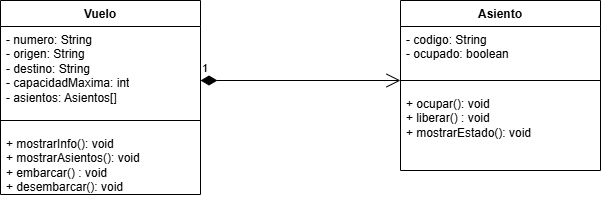
Earlier version of the draw.io export src/Diagrama Composicion.drawio.png (Nohemy-nz/TallerComposicion). Source tidied: cells renumbered, new cells last; positions are measured from the earlier drawing's top-left corner, leaving out a move shared by most shapes.
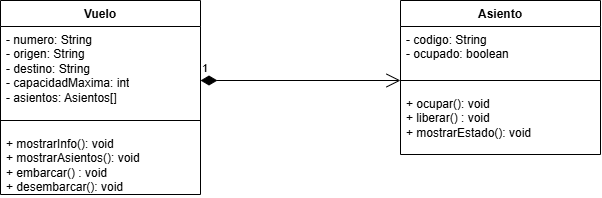
After the commit.

Change to the diagram source:
```diff
@@ -1,4 +1,4 @@
-<mxGraphModel>
+<mxGraphModel background="light-dark(#ffffff, #121212)">
   <root>
     <mxCell id="0" />
     <mxCell id="1" parent="0" />
@@ -15,7 +15,7 @@
       <mxGeometry y="130" width="200" height="64" as="geometry" />
     </mxCell>
     <mxCell id="6" value="Asiento" style="swimlane;fontStyle=1;align=center;verticalAlign=top;horizontal=1;startSize=26;whiteSpace=wrap;html=1;" parent="1" vertex="1">
-      <mxGeometry x="400" width="200" height="170" as="geometry" />
+      <mxGeometry x="400" width="200" height="154" as="geometry" />
     </mxCell>
     <mxCell id="7" value="- codigo: String&lt;div&gt;- ocupado: boolean&lt;/div&gt;&lt;div&gt;&lt;div&gt;&lt;br&gt;&lt;/div&gt;&lt;/div&gt;" style="text;strokeColor=none;fillColor=none;align=left;verticalAlign=top;spacingLeft=4;spacingRight=4;overflow=hidden;whiteSpace=wrap;html=1;" parent="6" vertex="1">
       <mxGeometry y="26" width="200" height="44" as="geometry" />
@@ -24,7 +24,7 @@
       <mxGeometry y="70" width="200" height="20" as="geometry" />
     </mxCell>
     <mxCell id="9" value="+ ocupar(): void&lt;div&gt;+ liberar() : void&lt;/div&gt;&lt;div&gt;+ mostrarEstado(): void&lt;/div&gt;" style="text;strokeColor=none;fillColor=none;align=left;verticalAlign=top;spacingLeft=4;spacingRight=4;overflow=hidden;whiteSpace=wrap;html=1;" parent="6" vertex="1">
-      <mxGeometry y="90" width="200" height="80" as="geometry" />
+      <mxGeometry y="90" width="200" height="64" as="geometry" />
     </mxCell>
     <mxCell id="10" value="1" style="endArrow=open;html=1;endSize=12;startArrow=diamondThin;startSize=14;startFill=1;edgeStyle=orthogonalEdgeStyle;align=left;verticalAlign=bottom;rounded=0;defaultLabelBackgroundColor=page;" parent="1" edge="1" target="8">
       <mxGeometry x="-1" y="3" relative="1" as="geometry">
```
